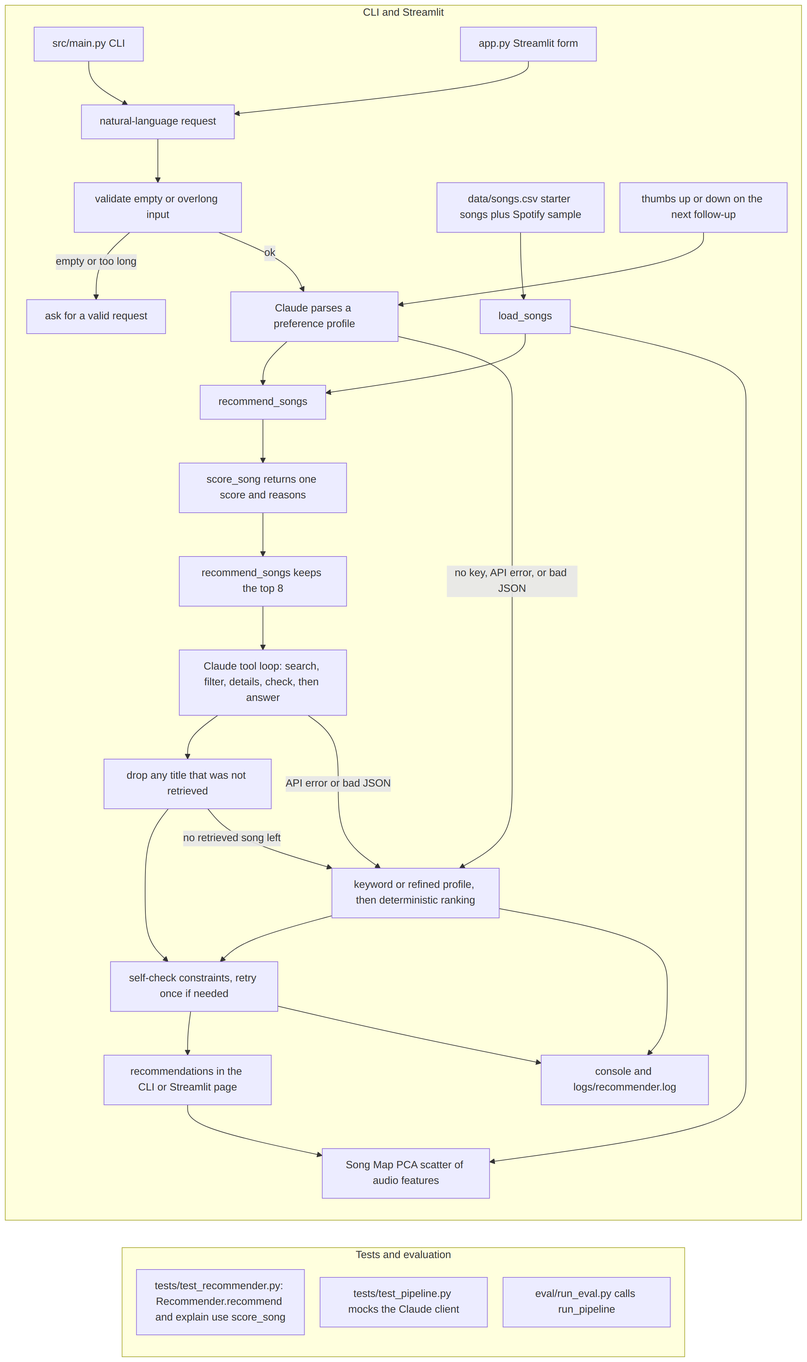
Earlier version of the Mermaid export assets/architecture.png (ThePurpleClub/applied-ai-system-project). Its source is kept beside it as diagrams/architecture.mmd.
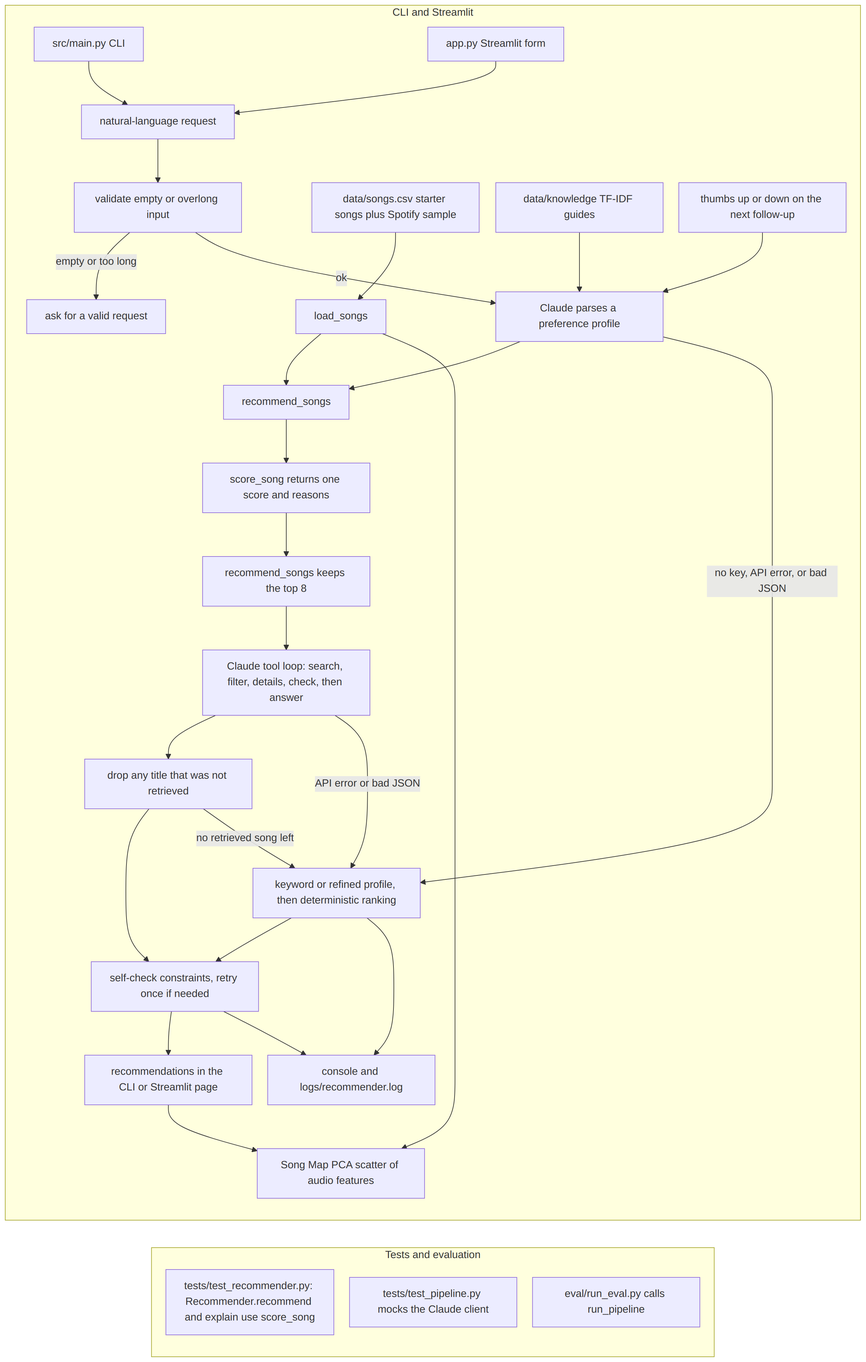
Later version of the same file.

What changed in the source:
```diff
@@ -8,6 +8,7 @@
         checkLen -->|"empty or too long"| rejected["ask for a valid request"]
         checkLen -->|"ok"| parse["Claude parses a preference profile"]
         csv["data/songs.csv starter songs plus Spotify sample"] --> loadSongs["load_songs"]
+        guides["data/knowledge TF-IDF guides"] --> parse
         parse --> retrieve["recommend_songs"]
         loadSongs --> retrieve
         retrieve --> score["score_song returns one score and reasons"]
```
